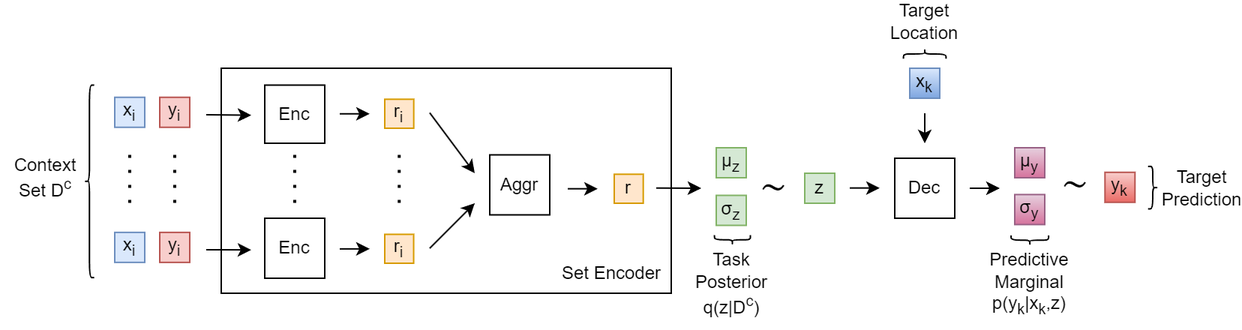
The draw.io diagram assets/diagrams/exports/neural-process.png in ChickNCurry/dvi-for-bml, before a commit. Source tidied: cells renumbered, new cells last; positions are measured from the earlier drawing's top-left corner, leaving out a move shared by most shapes. Source of this version:
```xml
<mxGraphModel>
  <root>
    <mxCell id="0" />
    <mxCell id="1" parent="0" />
    <mxCell id="2" style="rounded=0;whiteSpace=wrap;html=1;" parent="1" vertex="1">
      <mxGeometry x="147" y="40" width="300" height="150" as="geometry" />
    </mxCell>
    <mxCell id="3" value="&lt;font color=&quot;#000000&quot;&gt;x&lt;sub&gt;i&lt;/sub&gt;&lt;/font&gt;" style="whiteSpace=wrap;html=1;fillColor=#dae8fc;strokeColor=#6c8ebf;" parent="1" vertex="1">
      <mxGeometry x="76" y="59.4" width="20" height="20" as="geometry" />
    </mxCell>
    <mxCell id="4" value="&lt;font color=&quot;#000000&quot;&gt;y&lt;sub&gt;i&lt;/sub&gt;&lt;/font&gt;" style="whiteSpace=wrap;html=1;fillColor=#f8cecc;strokeColor=#b85450;" parent="1" vertex="1">
      <mxGeometry x="106" y="59.4" width="20" height="20" as="geometry" />
    </mxCell>
    <mxCell id="5" value="&lt;font color=&quot;#000000&quot;&gt;x&lt;sub&gt;i&lt;/sub&gt;&lt;/font&gt;" style="whiteSpace=wrap;html=1;fillColor=#dae8fc;strokeColor=#6c8ebf;" parent="1" vertex="1">
      <mxGeometry x="76" y="149.4" width="20" height="20" as="geometry" />
    </mxCell>
    <mxCell id="6" value="&lt;font color=&quot;#000000&quot;&gt;y&lt;sub&gt;i&lt;/sub&gt;&lt;/font&gt;" style="whiteSpace=wrap;html=1;fillColor=#f8cecc;strokeColor=#b85450;" parent="1" vertex="1">
      <mxGeometry x="106" y="149.4" width="20" height="20" as="geometry" />
    </mxCell>
    <mxCell id="7" style="line;strokeWidth=2;direction=south;html=1;dashed=1;dashPattern=1 4;" parent="1" vertex="1">
      <mxGeometry x="111" y="97.8" width="10" height="36" as="geometry" />
    </mxCell>
    <mxCell id="8" style="endArrow=classic;html=1;" parent="1" edge="1">
      <mxGeometry relative="1" as="geometry">
        <mxPoint x="137" y="71" as="sourcePoint" />
        <mxPoint x="167" y="71.3" as="targetPoint" />
      </mxGeometry>
    </mxCell>
    <mxCell id="9" style="endArrow=classic;html=1;" parent="1" edge="1">
      <mxGeometry relative="1" as="geometry">
        <mxPoint x="137" y="161" as="sourcePoint" />
        <mxPoint x="167" y="161.1" as="targetPoint" />
      </mxGeometry>
    </mxCell>
    <mxCell id="10" style="endArrow=classic;html=1;" parent="1" edge="1">
      <mxGeometry relative="1" as="geometry">
        <mxPoint x="226" y="70.4" as="sourcePoint" />
        <mxPoint x="246" y="70.4" as="targetPoint" />
      </mxGeometry>
    </mxCell>
    <mxCell id="11" style="endArrow=classic;html=1;" parent="1" edge="1">
      <mxGeometry relative="1" as="geometry">
        <mxPoint x="226" y="160.4" as="sourcePoint" />
        <mxPoint x="246" y="160.4" as="targetPoint" />
      </mxGeometry>
    </mxCell>
    <mxCell id="12" value="&lt;font color=&quot;#000000&quot;&gt;r&lt;sub&gt;i&lt;/sub&gt;&lt;/font&gt;" style="whiteSpace=wrap;html=1;fillColor=#ffe6cc;strokeColor=#d79b00;" parent="1" vertex="1">
      <mxGeometry x="256" y="60.7" width="19.3" height="19.3" as="geometry" />
    </mxCell>
    <mxCell id="13" value="&lt;font color=&quot;#000000&quot;&gt;r&lt;sub&gt;i&lt;/sub&gt;&lt;/font&gt;" style="whiteSpace=wrap;html=1;fillColor=#ffe6cc;strokeColor=#d79b00;" parent="1" vertex="1">
      <mxGeometry x="256" y="150.7" width="19.3" height="19.3" as="geometry" />
    </mxCell>
    <mxCell id="14" style="line;strokeWidth=2;direction=south;html=1;dashed=1;dashPattern=1 4;" parent="1" vertex="1">
      <mxGeometry x="191" y="97.8" width="10" height="36" as="geometry" />
    </mxCell>
    <mxCell id="15" style="line;strokeWidth=2;direction=south;html=1;dashed=1;dashPattern=1 4;" parent="1" vertex="1">
      <mxGeometry x="260.6" y="97.8" width="10" height="36" as="geometry" />
    </mxCell>
    <mxCell id="16" style="endArrow=classic;html=1;" parent="1" edge="1">
      <mxGeometry relative="1" as="geometry">
        <mxPoint x="286" y="69.7" as="sourcePoint" />
        <mxPoint x="316" y="110" as="targetPoint" />
      </mxGeometry>
    </mxCell>
    <mxCell id="17" style="endArrow=classic;html=1;" parent="1" edge="1">
      <mxGeometry relative="1" as="geometry">
        <mxPoint x="286" y="160" as="sourcePoint" />
        <mxPoint x="316" y="130" as="targetPoint" />
      </mxGeometry>
    </mxCell>
    <mxCell id="18" value="Enc" style="rounded=0;whiteSpace=wrap;html=1;" parent="1" vertex="1">
      <mxGeometry x="176" y="51.2" width="40" height="38.8" as="geometry" />
    </mxCell>
    <mxCell id="19" value="Enc" style="rounded=0;whiteSpace=wrap;html=1;" parent="1" vertex="1">
      <mxGeometry x="176" y="140" width="40" height="40" as="geometry" />
    </mxCell>
    <mxCell id="20" value="Aggr" style="rounded=0;whiteSpace=wrap;html=1;" parent="1" vertex="1">
      <mxGeometry x="326" y="97.8" width="40" height="40" as="geometry" />
    </mxCell>
    <mxCell id="21" value="μ&lt;sub&gt;z&lt;/sub&gt;" style="whiteSpace=wrap;html=1;fillColor=#d5e8d4;strokeColor=#82b366;fontColor=#000000;" parent="1" vertex="1">
      <mxGeometry x="477" y="93" width="20" height="20" as="geometry" />
    </mxCell>
    <mxCell id="22" value="σ&lt;sub&gt;z&lt;/sub&gt;" style="whiteSpace=wrap;html=1;fillColor=#d5e8d4;strokeColor=#82b366;fontColor=#000000;" parent="1" vertex="1">
      <mxGeometry x="477" y="124.8" width="20" height="20" as="geometry" />
    </mxCell>
    <mxCell id="23" style="endArrow=classic;html=1;" parent="1" edge="1">
      <mxGeometry relative="1" as="geometry">
        <mxPoint x="437" y="119.9" as="sourcePoint" />
        <mxPoint x="467" y="120" as="targetPoint" />
      </mxGeometry>
    </mxCell>
    <mxCell id="24" value="&lt;font color=&quot;#000000&quot;&gt;z&lt;/font&gt;" style="whiteSpace=wrap;html=1;fillColor=#d5e8d4;strokeColor=#82b366;" parent="1" vertex="1">
      <mxGeometry x="536" y="110" width="20" height="20" as="geometry" />
    </mxCell>
    <mxCell id="25" value="Set Encoder" style="text;html=1;strokeColor=none;fillColor=none;align=center;verticalAlign=middle;whiteSpace=wrap;rounded=0;" parent="1" vertex="1">
      <mxGeometry x="370" y="165.9" width="75" height="22.1" as="geometry" />
    </mxCell>
    <mxCell id="26" style="line;strokeWidth=2;direction=south;html=1;dashed=1;dashPattern=1 4;" parent="1" vertex="1">
      <mxGeometry x="81" y="97.8" width="10" height="36" as="geometry" />
    </mxCell>
    <mxCell id="27" style="endArrow=classic;html=1;" parent="1" edge="1">
      <mxGeometry relative="1" as="geometry">
        <mxPoint x="566" y="119.8" as="sourcePoint" />
        <mxPoint x="586" y="119.8" as="targetPoint" />
      </mxGeometry>
    </mxCell>
    <mxCell id="28" style="endArrow=classic;html=1;" parent="1" edge="1">
      <mxGeometry relative="1" as="geometry">
        <mxPoint x="616" y="70" as="sourcePoint" />
        <mxPoint x="616" y="90" as="targetPoint" />
      </mxGeometry>
    </mxCell>
    <mxCell id="29" value="&lt;font color=&quot;#000000&quot;&gt;x&lt;sub&gt;k&lt;/sub&gt;&lt;/font&gt;" style="whiteSpace=wrap;html=1;fillColor=#dae8fc;strokeColor=#6c8ebf;gradientColor=#7ea6e0;" parent="1" vertex="1">
      <mxGeometry x="606" y="40" width="20" height="20" as="geometry" />
    </mxCell>
    <mxCell id="30" value="Dec" style="rounded=0;whiteSpace=wrap;html=1;" parent="1" vertex="1">
      <mxGeometry x="596" y="100" width="40" height="40" as="geometry" />
    </mxCell>
    <mxCell id="31" value="μ&lt;sub&gt;y&lt;/sub&gt;" style="whiteSpace=wrap;html=1;fillColor=#e6d0de;strokeColor=#996185;gradientColor=#d5739d;fontColor=#000000;" parent="1" vertex="1">
      <mxGeometry x="676" y="93" width="20" height="20" as="geometry" />
    </mxCell>
    <mxCell id="32" value="σ&lt;sub&gt;y&lt;/sub&gt;" style="whiteSpace=wrap;html=1;fillColor=#e6d0de;strokeColor=#996185;gradientColor=#d5739d;fontColor=#000000;" parent="1" vertex="1">
      <mxGeometry x="676" y="124.2" width="20" height="20" as="geometry" />
    </mxCell>
    <mxCell id="33" style="endArrow=classic;html=1;" parent="1" edge="1">
      <mxGeometry relative="1" as="geometry">
        <mxPoint x="646" y="120" as="sourcePoint" />
        <mxPoint x="666" y="120" as="targetPoint" />
      </mxGeometry>
    </mxCell>
    <mxCell id="34" value="&lt;font color=&quot;#000000&quot;&gt;y&lt;sub&gt;k&lt;/sub&gt;&lt;/font&gt;" style="whiteSpace=wrap;html=1;fillColor=#f8cecc;strokeColor=#b85450;gradientColor=#ea6b66;" parent="1" vertex="1">
      <mxGeometry x="736.1" y="109.4" width="20" height="20" as="geometry" />
    </mxCell>
    <mxCell id="35" style="shape=curlyBracket;whiteSpace=wrap;html=1;rounded=1;labelPosition=left;verticalLabelPosition=middle;align=right;verticalAlign=middle;fontColor=#000000;rotation=0;" parent="1" vertex="1">
      <mxGeometry x="56" y="51.2" width="6.3" height="128.3" as="geometry" />
    </mxCell>
    <mxCell id="36" value="&lt;font style=&quot;font-size: 12px;&quot;&gt;Context Set D&lt;sup style=&quot;&quot;&gt;c&lt;/sup&gt;&lt;/font&gt;" style="text;html=1;strokeColor=none;fillColor=none;align=center;verticalAlign=middle;whiteSpace=wrap;rounded=0;fontColor=#000000;" parent="1" vertex="1">
      <mxGeometry x="0.3" y="97.8" width="60" height="30" as="geometry" />
    </mxCell>
    <mxCell id="37" style="shape=curlyBracket;whiteSpace=wrap;html=1;rounded=1;labelPosition=left;verticalLabelPosition=middle;align=right;verticalAlign=middle;fontColor=#000000;rotation=90;" parent="1" vertex="1">
      <mxGeometry x="612.9" y="16.3" width="6.3" height="28.3" as="geometry" />
    </mxCell>
    <mxCell id="38" value="Target Location" style="text;html=1;strokeColor=none;fillColor=none;align=center;verticalAlign=middle;whiteSpace=wrap;rounded=0;fontColor=#000000;" parent="1" vertex="1">
      <mxGeometry x="596" width="40" height="18.3" as="geometry" />
    </mxCell>
    <mxCell id="39" style="shape=curlyBracket;whiteSpace=wrap;html=1;rounded=1;labelPosition=left;verticalLabelPosition=middle;align=right;verticalAlign=middle;fontColor=#000000;rotation=-90;" parent="1" vertex="1">
      <mxGeometry x="484.6" y="142.4" width="6.3" height="24" as="geometry" />
    </mxCell>
    <mxCell id="40" value="&lt;font style=&quot;font-size: 12px;&quot;&gt;Task Posterior q(z|D&lt;sup&gt;c&lt;/sup&gt;)&lt;/font&gt;" style="text;html=1;strokeColor=none;fillColor=none;align=center;verticalAlign=middle;whiteSpace=wrap;rounded=0;fontColor=#000000;" parent="1" vertex="1">
      <mxGeometry x="451.3" y="153.7" width="73" height="60" as="geometry" />
    </mxCell>
    <mxCell id="41" style="shape=curlyBracket;whiteSpace=wrap;html=1;rounded=1;labelPosition=left;verticalLabelPosition=middle;align=right;verticalAlign=middle;fontColor=#000000;rotation=-90;" parent="1" vertex="1">
      <mxGeometry x="682.9" y="142.1" width="6.3" height="25" as="geometry" />
    </mxCell>
    <mxCell id="42" value="&lt;font style=&quot;font-size: 12px;&quot;&gt;Predictive Marginal p(y&lt;sub&gt;k&lt;/sub&gt;|x&lt;sub style=&quot;&quot;&gt;k&lt;/sub&gt;,z)&lt;/font&gt;" style="text;html=1;strokeColor=none;fillColor=none;align=center;verticalAlign=middle;whiteSpace=wrap;rounded=0;fontColor=#000000;fontSize=12;" parent="1" vertex="1">
      <mxGeometry x="656" y="161" width="60" height="45.6" as="geometry" />
    </mxCell>
    <mxCell id="43" style="shape=curlyBracket;whiteSpace=wrap;html=1;rounded=1;labelPosition=left;verticalLabelPosition=middle;align=right;verticalAlign=middle;fontColor=#000000;rotation=-180;" parent="1" vertex="1">
      <mxGeometry x="764.9" y="105.4" width="6.3" height="28.3" as="geometry" />
    </mxCell>
    <mxCell id="44" value="Target Prediction" style="text;html=1;strokeColor=none;fillColor=none;align=center;verticalAlign=middle;whiteSpace=wrap;rounded=0;fontColor=#000000;" parent="1" vertex="1">
      <mxGeometry x="776.1" y="111.3" width="50" height="18.3" as="geometry" />
    </mxCell>
    <mxCell id="45" value="&lt;font color=&quot;#000000&quot;&gt;r&lt;/font&gt;" style="whiteSpace=wrap;html=1;fillColor=#ffe6cc;strokeColor=#d79b00;" parent="1" vertex="1">
      <mxGeometry x="409" y="110.7" width="19.3" height="19.3" as="geometry" />
    </mxCell>
    <mxCell id="46" style="endArrow=classic;html=1;" parent="1" edge="1">
      <mxGeometry relative="1" as="geometry">
        <mxPoint x="378" y="120.3" as="sourcePoint" />
        <mxPoint x="398" y="120.3" as="targetPoint" />
      </mxGeometry>
    </mxCell>
    <mxCell id="47" value="&lt;font style=&quot;font-size: 25px;&quot;&gt;∼&lt;/font&gt;" style="text;html=1;strokeColor=none;fillColor=none;align=center;verticalAlign=middle;whiteSpace=wrap;rounded=0;fontSize=12;" parent="1" vertex="1">
      <mxGeometry x="498.4" y="112" width="34.6" height="10.2" as="geometry" />
    </mxCell>
    <mxCell id="48" value="&lt;font style=&quot;font-size: 25px;&quot;&gt;∼&lt;/font&gt;" style="text;html=1;strokeColor=none;fillColor=none;align=center;verticalAlign=middle;whiteSpace=wrap;rounded=0;fontSize=12;" parent="1" vertex="1">
      <mxGeometry x="699" y="110.4" width="34.6" height="10.2" as="geometry" />
    </mxCell>
  </root>
</mxGraphModel>
```
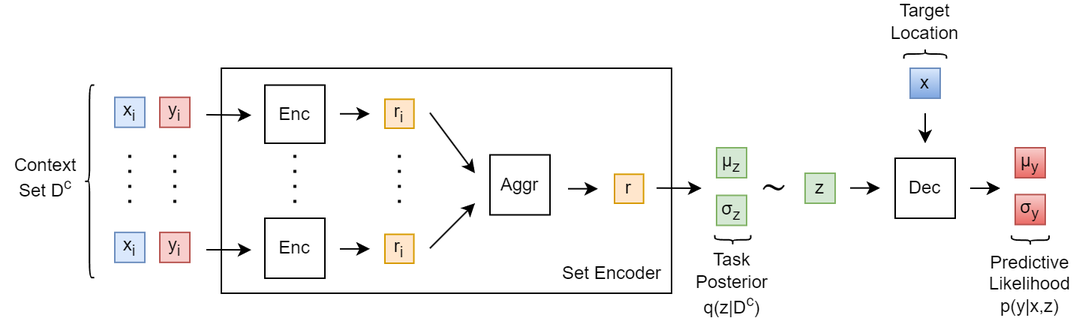
After the commit.

The edit, as a diff of the source:
```diff
@@ -110,16 +110,16 @@
         <mxPoint x="616" y="90" as="targetPoint" />
       </mxGeometry>
     </mxCell>
-    <mxCell id="29" value="&lt;font color=&quot;#000000&quot;&gt;x&lt;sub&gt;k&lt;/sub&gt;&lt;/font&gt;" style="whiteSpace=wrap;html=1;fillColor=#dae8fc;strokeColor=#6c8ebf;gradientColor=#7ea6e0;" parent="1" vertex="1">
+    <mxCell id="29" value="&lt;font color=&quot;#000000&quot;&gt;x&lt;/font&gt;" style="whiteSpace=wrap;html=1;fillColor=#dae8fc;strokeColor=#6c8ebf;gradientColor=#7ea6e0;" parent="1" vertex="1">
       <mxGeometry x="606" y="40" width="20" height="20" as="geometry" />
     </mxCell>
     <mxCell id="30" value="Dec" style="rounded=0;whiteSpace=wrap;html=1;" parent="1" vertex="1">
       <mxGeometry x="596" y="100" width="40" height="40" as="geometry" />
     </mxCell>
-    <mxCell id="31" value="μ&lt;sub&gt;y&lt;/sub&gt;" style="whiteSpace=wrap;html=1;fillColor=#e6d0de;strokeColor=#996185;gradientColor=#d5739d;fontColor=#000000;" parent="1" vertex="1">
+    <mxCell id="31" value="μ&lt;sub&gt;y&lt;/sub&gt;" style="whiteSpace=wrap;html=1;fillColor=#f8cecc;strokeColor=#b85450;gradientColor=#ea6b66;fontColor=#000000;" parent="1" vertex="1">
       <mxGeometry x="676" y="93" width="20" height="20" as="geometry" />
     </mxCell>
-    <mxCell id="32" value="σ&lt;sub&gt;y&lt;/sub&gt;" style="whiteSpace=wrap;html=1;fillColor=#e6d0de;strokeColor=#996185;gradientColor=#d5739d;fontColor=#000000;" parent="1" vertex="1">
+    <mxCell id="32" value="σ&lt;sub&gt;y&lt;/sub&gt;" style="whiteSpace=wrap;html=1;fillColor=#f8cecc;strokeColor=#b85450;gradientColor=#ea6b66;fontColor=#000000;" parent="1" vertex="1">
       <mxGeometry x="676" y="124.2" width="20" height="20" as="geometry" />
     </mxCell>
     <mxCell id="33" style="endArrow=classic;html=1;" parent="1" edge="1">
@@ -128,9 +128,6 @@
         <mxPoint x="666" y="120" as="targetPoint" />
       </mxGeometry>
     </mxCell>
-    <mxCell id="34" value="&lt;font color=&quot;#000000&quot;&gt;y&lt;sub&gt;k&lt;/sub&gt;&lt;/font&gt;" style="whiteSpace=wrap;html=1;fillColor=#f8cecc;strokeColor=#b85450;gradientColor=#ea6b66;" parent="1" vertex="1">
-      <mxGeometry x="736.1" y="109.4" width="20" height="20" as="geometry" />
-    </mxCell>
     <mxCell id="35" style="shape=curlyBracket;whiteSpace=wrap;html=1;rounded=1;labelPosition=left;verticalLabelPosition=middle;align=right;verticalAlign=middle;fontColor=#000000;rotation=0;" parent="1" vertex="1">
       <mxGeometry x="56" y="51.2" width="6.3" height="128.3" as="geometry" />
     </mxCell>
@@ -152,15 +149,9 @@
     <mxCell id="41" style="shape=curlyBracket;whiteSpace=wrap;html=1;rounded=1;labelPosition=left;verticalLabelPosition=middle;align=right;verticalAlign=middle;fontColor=#000000;rotation=-90;" parent="1" vertex="1">
       <mxGeometry x="682.9" y="142.1" width="6.3" height="25" as="geometry" />
     </mxCell>
-    <mxCell id="42" value="&lt;font style=&quot;font-size: 12px;&quot;&gt;Predictive Marginal p(y&lt;sub&gt;k&lt;/sub&gt;|x&lt;sub style=&quot;&quot;&gt;k&lt;/sub&gt;,z)&lt;/font&gt;" style="text;html=1;strokeColor=none;fillColor=none;align=center;verticalAlign=middle;whiteSpace=wrap;rounded=0;fontColor=#000000;fontSize=12;" parent="1" vertex="1">
+    <mxCell id="42" value="&lt;font style=&quot;font-size: 12px;&quot;&gt;Predictive Likelihood p(y|x,z)&lt;/font&gt;" style="text;html=1;strokeColor=none;fillColor=none;align=center;verticalAlign=middle;whiteSpace=wrap;rounded=0;fontColor=#000000;fontSize=12;" parent="1" vertex="1">
       <mxGeometry x="656" y="161" width="60" height="45.6" as="geometry" />
     </mxCell>
-    <mxCell id="43" style="shape=curlyBracket;whiteSpace=wrap;html=1;rounded=1;labelPosition=left;verticalLabelPosition=middle;align=right;verticalAlign=middle;fontColor=#000000;rotation=-180;" parent="1" vertex="1">
-      <mxGeometry x="764.9" y="105.4" width="6.3" height="28.3" as="geometry" />
-    </mxCell>
-    <mxCell id="44" value="Target Prediction" style="text;html=1;strokeColor=none;fillColor=none;align=center;verticalAlign=middle;whiteSpace=wrap;rounded=0;fontColor=#000000;" parent="1" vertex="1">
-      <mxGeometry x="776.1" y="111.3" width="50" height="18.3" as="geometry" />
-    </mxCell>
     <mxCell id="45" value="&lt;font color=&quot;#000000&quot;&gt;r&lt;/font&gt;" style="whiteSpace=wrap;html=1;fillColor=#ffe6cc;strokeColor=#d79b00;" parent="1" vertex="1">
       <mxGeometry x="409" y="110.7" width="19.3" height="19.3" as="geometry" />
     </mxCell>
@@ -173,8 +164,5 @@
     <mxCell id="47" value="&lt;font style=&quot;font-size: 25px;&quot;&gt;∼&lt;/font&gt;" style="text;html=1;strokeColor=none;fillColor=none;align=center;verticalAlign=middle;whiteSpace=wrap;rounded=0;fontSize=12;" parent="1" vertex="1">
       <mxGeometry x="498.4" y="112" width="34.6" height="10.2" as="geometry" />
     </mxCell>
-    <mxCell id="48" value="&lt;font style=&quot;font-size: 25px;&quot;&gt;∼&lt;/font&gt;" style="text;html=1;strokeColor=none;fillColor=none;align=center;verticalAlign=middle;whiteSpace=wrap;rounded=0;fontSize=12;" parent="1" vertex="1">
-      <mxGeometry x="699" y="110.4" width="34.6" height="10.2" as="geometry" />
-    </mxCell>
   </root>
 </mxGraphModel>
```
